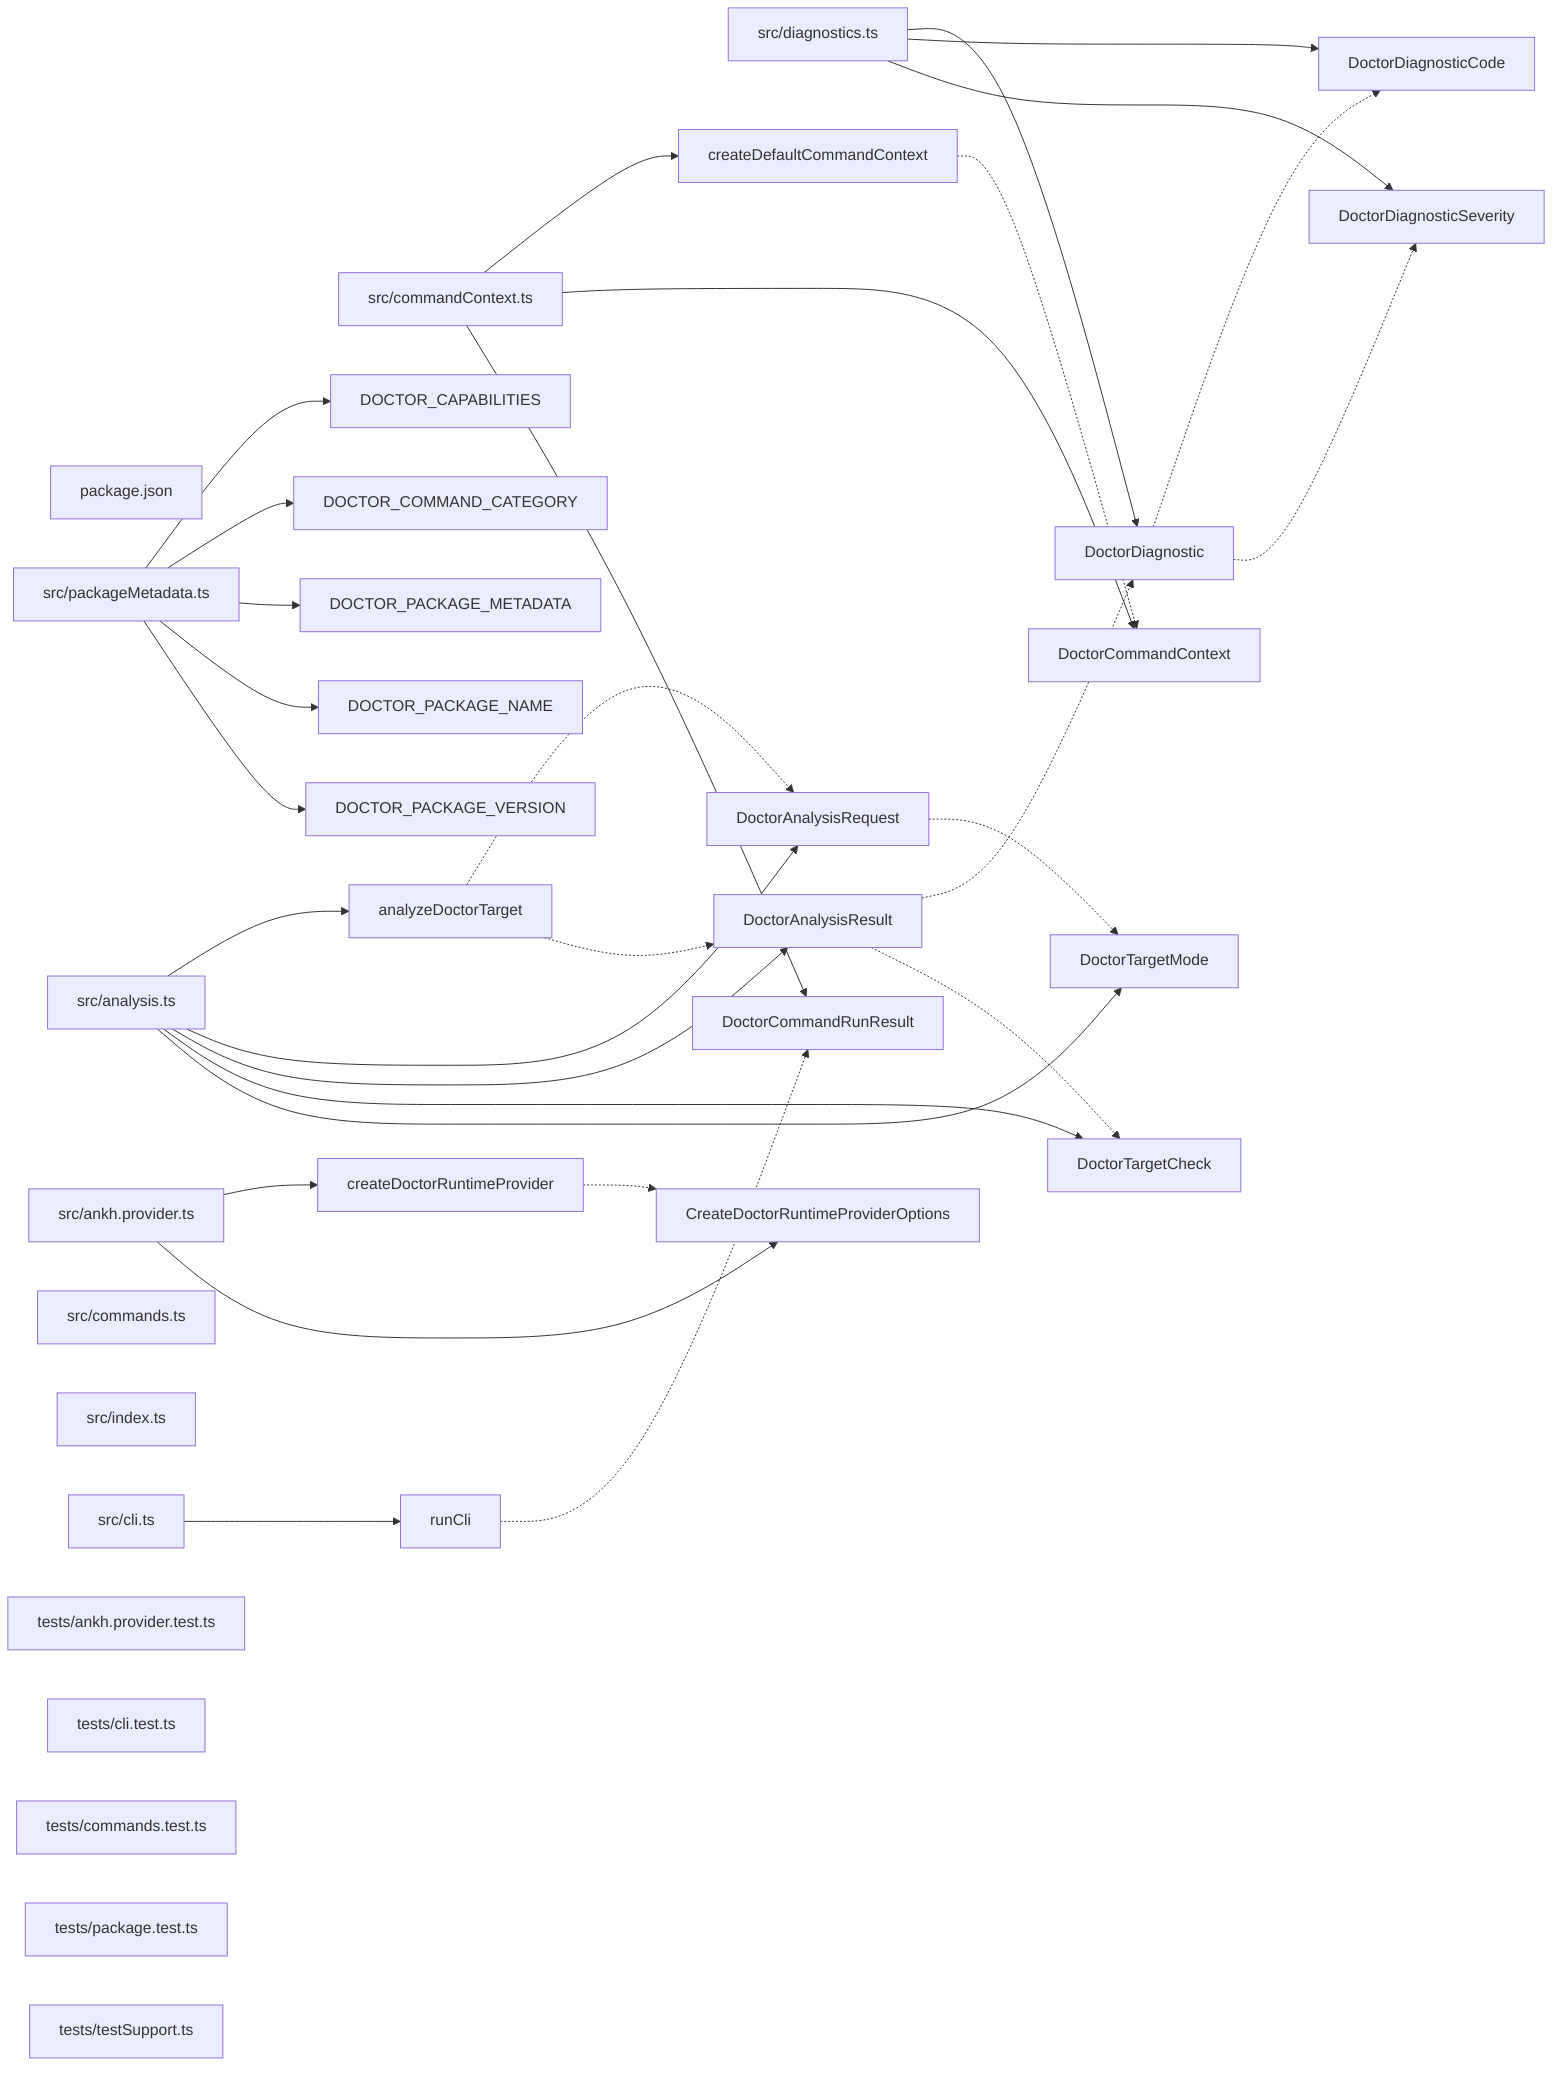
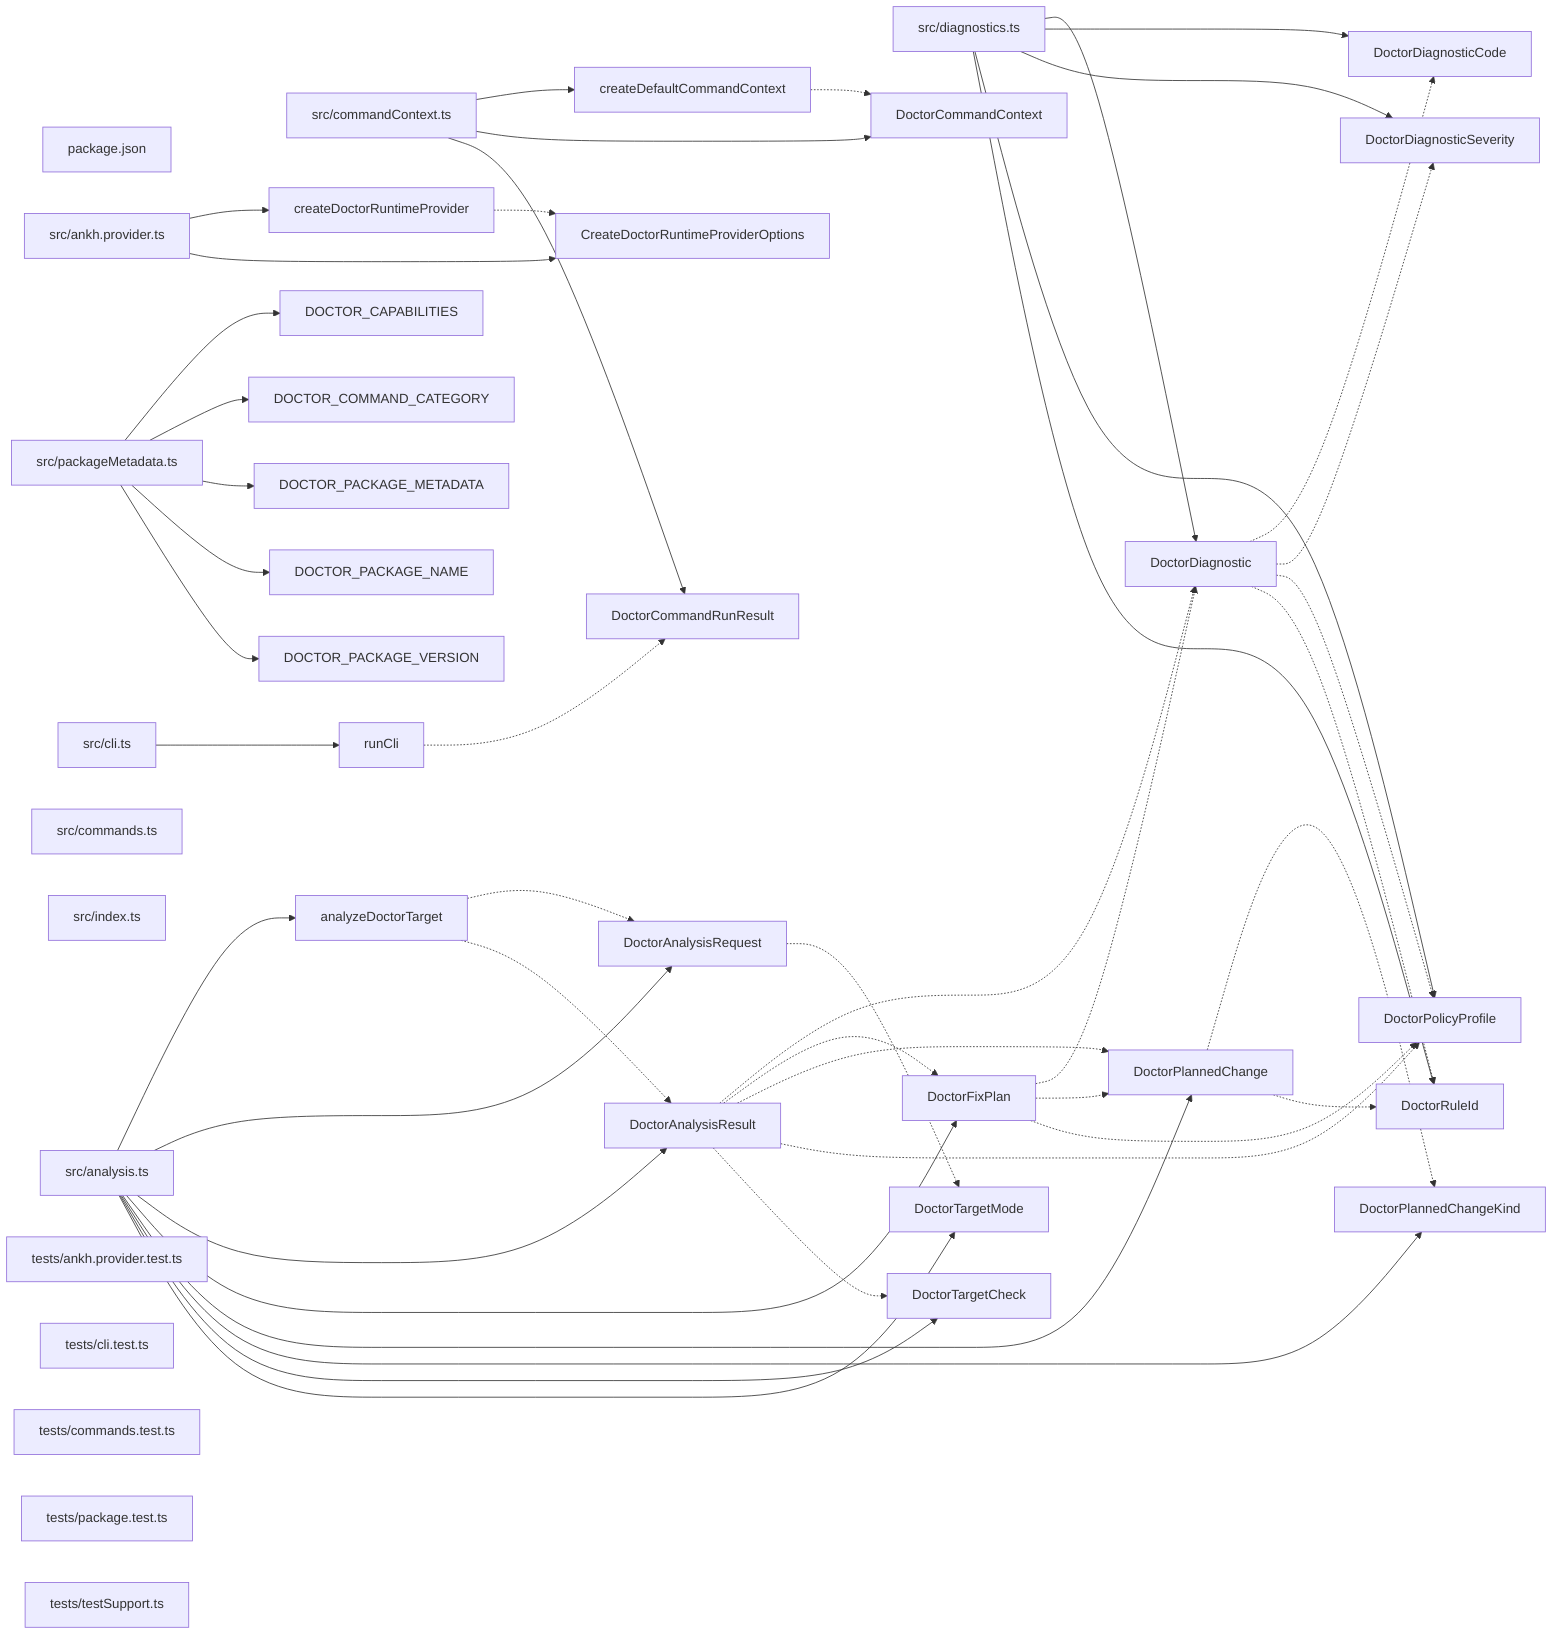
graph LR
  module_package_json["package.json"]
  module_src_analysis_ts["src/analysis.ts"]
  module_src_ankh_provider_ts["src/ankh.provider.ts"]
  module_src_cli_ts["src/cli.ts"]
  module_src_commandContext_ts["src/commandContext.ts"]
  module_src_commands_ts["src/commands.ts"]
  module_src_diagnostics_ts["src/diagnostics.ts"]
  module_src_index_ts["src/index.ts"]
  module_src_packageMetadata_ts["src/packageMetadata.ts"]
  module_tests_ankh_provider_test_ts["tests/ankh.provider.test.ts"]
  module_tests_cli_test_ts["tests/cli.test.ts"]
  module_tests_commands_test_ts["tests/commands.test.ts"]
  module_tests_package_test_ts["tests/package.test.ts"]
  module_tests_testSupport_ts["tests/testSupport.ts"]
  export_analyzeDoctorTarget["analyzeDoctorTarget"]
  module_src_analysis_ts --> export_analyzeDoctorTarget
  export_analyzeDoctorTarget -.-> export_DoctorAnalysisRequest
  export_analyzeDoctorTarget -.-> export_DoctorAnalysisResult
  export_createDefaultCommandContext["createDefaultCommandContext"]
  module_src_commandContext_ts --> export_createDefaultCommandContext
  export_createDefaultCommandContext -.-> export_DoctorCommandContext
  export_createDoctorRuntimeProvider["createDoctorRuntimeProvider"]
  module_src_ankh_provider_ts --> export_createDoctorRuntimeProvider
  export_createDoctorRuntimeProvider -.-> export_CreateDoctorRuntimeProviderOptions
  export_CreateDoctorRuntimeProviderOptions["CreateDoctorRuntimeProviderOptions"]
  module_src_ankh_provider_ts --> export_CreateDoctorRuntimeProviderOptions
  export_DOCTOR_CAPABILITIES["DOCTOR_CAPABILITIES"]
  module_src_packageMetadata_ts --> export_DOCTOR_CAPABILITIES
  export_DOCTOR_COMMAND_CATEGORY["DOCTOR_COMMAND_CATEGORY"]
  module_src_packageMetadata_ts --> export_DOCTOR_COMMAND_CATEGORY
  export_DOCTOR_PACKAGE_METADATA["DOCTOR_PACKAGE_METADATA"]
  module_src_packageMetadata_ts --> export_DOCTOR_PACKAGE_METADATA
  export_DOCTOR_PACKAGE_NAME["DOCTOR_PACKAGE_NAME"]
  module_src_packageMetadata_ts --> export_DOCTOR_PACKAGE_NAME
  export_DOCTOR_PACKAGE_VERSION["DOCTOR_PACKAGE_VERSION"]
  module_src_packageMetadata_ts --> export_DOCTOR_PACKAGE_VERSION
  export_DoctorAnalysisRequest["DoctorAnalysisRequest"]
  module_src_analysis_ts --> export_DoctorAnalysisRequest
  export_DoctorAnalysisRequest -.-> export_DoctorTargetMode
  export_DoctorAnalysisResult["DoctorAnalysisResult"]
  module_src_analysis_ts --> export_DoctorAnalysisResult
  export_DoctorAnalysisResult -.-> export_DoctorDiagnostic
+   export_DoctorAnalysisResult -.-> export_DoctorFixPlan
+   export_DoctorAnalysisResult -.-> export_DoctorPlannedChange
+   export_DoctorAnalysisResult -.-> export_DoctorPolicyProfile
  export_DoctorAnalysisResult -.-> export_DoctorTargetCheck
  export_DoctorCommandContext["DoctorCommandContext"]
  module_src_commandContext_ts --> export_DoctorCommandContext
  export_DoctorCommandRunResult["DoctorCommandRunResult"]
  module_src_commandContext_ts --> export_DoctorCommandRunResult
  export_DoctorDiagnostic["DoctorDiagnostic"]
  module_src_diagnostics_ts --> export_DoctorDiagnostic
  export_DoctorDiagnostic -.-> export_DoctorDiagnosticCode
  export_DoctorDiagnostic -.-> export_DoctorDiagnosticSeverity
+   export_DoctorDiagnostic -.-> export_DoctorPolicyProfile
+   export_DoctorDiagnostic -.-> export_DoctorRuleId
  export_DoctorDiagnosticCode["DoctorDiagnosticCode"]
  module_src_diagnostics_ts --> export_DoctorDiagnosticCode
  export_DoctorDiagnosticSeverity["DoctorDiagnosticSeverity"]
  module_src_diagnostics_ts --> export_DoctorDiagnosticSeverity
+   export_DoctorFixPlan["DoctorFixPlan"]
+   module_src_analysis_ts --> export_DoctorFixPlan
+   export_DoctorFixPlan -.-> export_DoctorDiagnostic
+   export_DoctorFixPlan -.-> export_DoctorPlannedChange
+   export_DoctorFixPlan -.-> export_DoctorPolicyProfile
+   export_DoctorPlannedChange["DoctorPlannedChange"]
+   module_src_analysis_ts --> export_DoctorPlannedChange
+   export_DoctorPlannedChange -.-> export_DoctorPlannedChangeKind
+   export_DoctorPlannedChange -.-> export_DoctorRuleId
+   export_DoctorPlannedChangeKind["DoctorPlannedChangeKind"]
+   module_src_analysis_ts --> export_DoctorPlannedChangeKind
+   export_DoctorPolicyProfile["DoctorPolicyProfile"]
+   module_src_diagnostics_ts --> export_DoctorPolicyProfile
+   export_DoctorRuleId["DoctorRuleId"]
+   module_src_diagnostics_ts --> export_DoctorRuleId
  export_DoctorTargetCheck["DoctorTargetCheck"]
  module_src_analysis_ts --> export_DoctorTargetCheck
  export_DoctorTargetMode["DoctorTargetMode"]
  module_src_analysis_ts --> export_DoctorTargetMode
  export_runCli["runCli"]
  module_src_cli_ts --> export_runCli
  export_runCli -.-> export_DoctorCommandRunResult
